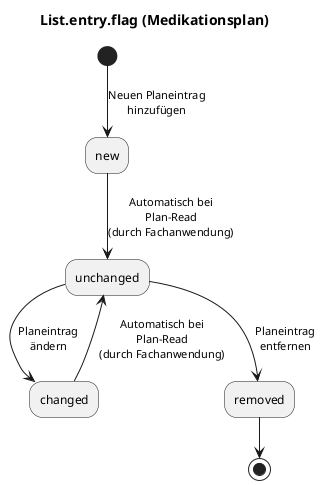
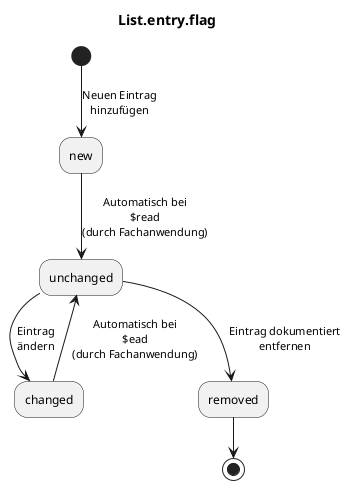
@startuml
- title List.entry.flag (Medikationsplan)
+ title List.entry.flag

- (*) -d-> [Neuen Planeintrag\nhinzufügen] new
- new --> [Automatisch bei\nPlan-Read\n(durch Fachanwendung)] unchanged
- changed --> [Automatisch bei\nPlan-Read\n(durch Fachanwendung)] unchanged
- unchanged --> [Planeintrag\nändern] changed
- unchanged -d-> [Planeintrag\nentfernen] removed
+ (*) -d-> [Neuen Eintrag\nhinzufügen] new
+ new --> [Automatisch bei\n$read\n(durch Fachanwendung)] unchanged
+ changed --> [Automatisch bei\n$ead\n(durch Fachanwendung)] unchanged
+ unchanged --> [Eintrag\nändern] changed
+ unchanged -d-> [Eintrag dokumentiert\nentfernen] removed
removed  -d-> (*)
@enduml